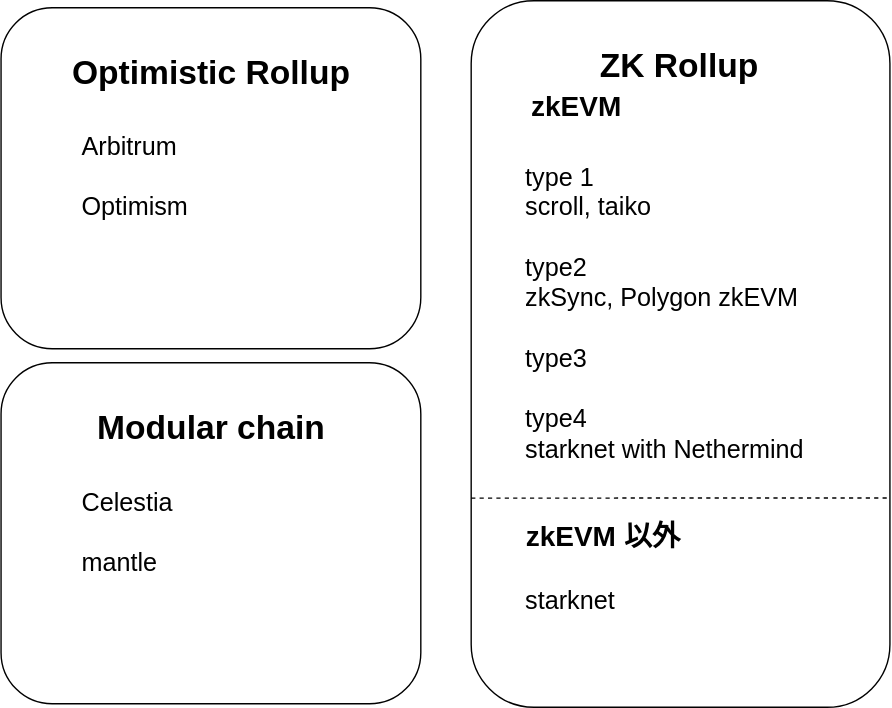
This is 20230327_build_up_for/image/L2map.dio.svg from 0xywzx/event, a draw.io export, as it was before one commit. Source tidied: cells renumbered, new cells last; positions are measured from the earlier drawing's top-left corner, leaving out a move shared by most shapes. The source it was exported from:
```xml
<mxGraphModel>
  <root>
    <mxCell id="0" />
    <mxCell id="1" parent="0" />
    <mxCell id="2" style="group;fontSize=18;" parent="1" vertex="1">
      <mxGeometry y="5" width="300" height="243.8" as="geometry" />
    </mxCell>
    <mxCell id="3" style="group;" parent="2" vertex="1">
      <mxGeometry width="300" height="243.8" as="geometry" />
    </mxCell>
    <mxCell id="4" style="rounded=1;whiteSpace=wrap;html=1;" parent="3" vertex="1">
      <mxGeometry width="300" height="243.8" as="geometry" />
    </mxCell>
    <mxCell id="5" value="&lt;b&gt;&lt;font style=&quot;font-size: 24px;&quot;&gt;Optimistic Rollup&lt;/font&gt;&lt;/b&gt;" style="text;html=1;strokeColor=none;fillColor=none;align=center;verticalAlign=middle;whiteSpace=wrap;rounded=0;" parent="3" vertex="1">
      <mxGeometry x="37.5" y="18.8" width="225" height="56.2" as="geometry" />
    </mxCell>
    <mxCell id="6" value="Arbitrum&lt;br style=&quot;font-size: 18px;&quot;&gt;&lt;br style=&quot;font-size: 18px;&quot;&gt;Optimism" style="text;html=1;strokeColor=none;fillColor=none;align=left;verticalAlign=middle;whiteSpace=wrap;rounded=0;fontSize=18;" parent="3" vertex="1">
      <mxGeometry x="56.2" y="93.8" width="112.5" height="56.2" as="geometry" />
    </mxCell>
    <mxCell id="7" style="group;" parent="1" vertex="1">
      <mxGeometry x="336" width="299.3" height="505" as="geometry" />
    </mxCell>
    <mxCell id="8" style="rounded=1;whiteSpace=wrap;html=1;" parent="7" vertex="1">
      <mxGeometry width="299.3" height="505" as="geometry" />
    </mxCell>
    <mxCell id="9" value="&lt;b&gt;&lt;font style=&quot;font-size: 24px;&quot;&gt;ZK Rollup&lt;/font&gt;&lt;/b&gt;" style="text;html=1;strokeColor=none;fillColor=none;align=center;verticalAlign=middle;whiteSpace=wrap;rounded=0;" parent="7" vertex="1">
      <mxGeometry x="37.4" y="18.7" width="224.5" height="56.1" as="geometry" />
    </mxCell>
    <mxCell id="10" style="endArrow=none;dashed=1;html=1;exitX=0;exitY=0.704;exitDx=0;exitDy=0;exitPerimeter=0;" parent="7" edge="1" source="8">
      <mxGeometry relative="1" as="geometry">
        <mxPoint x="299.3" y="355.4" as="targetPoint" />
      </mxGeometry>
    </mxCell>
    <mxCell id="11" value="&lt;font style=&quot;font-size: 20px;&quot;&gt;zkEVM&lt;/font&gt;" style="text;strokeColor=none;fillColor=none;html=1;fontSize=24;fontStyle=1;verticalAlign=middle;align=center;" parent="7" vertex="1">
      <mxGeometry x="-18.7" y="56.1" width="187" height="37.4" as="geometry" />
    </mxCell>
    <mxCell id="12" value="&lt;font style=&quot;font-size: 20px;&quot;&gt;zkEVM 以外&lt;/font&gt;" style="text;strokeColor=none;fillColor=none;html=1;fontSize=24;fontStyle=1;verticalAlign=middle;align=center;" parent="7" vertex="1">
      <mxGeometry y="363.4" width="187" height="37.4" as="geometry" />
    </mxCell>
    <mxCell id="13" value="&lt;div style=&quot;font-size: 18px;&quot;&gt;&lt;span style=&quot;background-color: initial; font-size: 18px;&quot;&gt;type 1&lt;/span&gt;&lt;/div&gt;&lt;div style=&quot;font-size: 18px;&quot;&gt;&lt;span style=&quot;background-color: initial; font-size: 18px;&quot;&gt;&lt;span style=&quot;font-size: 18px;&quot;&gt;&lt;/span&gt;&lt;span style=&quot;font-size: 18px;&quot;&gt;&lt;/span&gt;scroll, taiko&lt;/span&gt;&lt;/div&gt;&lt;div style=&quot;font-size: 18px;&quot;&gt;&lt;span style=&quot;background-color: initial; font-size: 18px;&quot;&gt;&lt;br style=&quot;font-size: 18px;&quot;&gt;&lt;/span&gt;&lt;/div&gt;&lt;div style=&quot;font-size: 18px;&quot;&gt;&lt;span style=&quot;background-color: initial; font-size: 18px;&quot;&gt;type2&lt;/span&gt;&lt;/div&gt;&lt;div style=&quot;font-size: 18px;&quot;&gt;&lt;span style=&quot;background-color: initial; font-size: 18px;&quot;&gt;zkSync, Polygon zkEVM&lt;br style=&quot;font-size: 18px;&quot;&gt;&lt;/span&gt;&lt;/div&gt;&lt;div style=&quot;font-size: 18px;&quot;&gt;&lt;span style=&quot;background-color: initial; font-size: 18px;&quot;&gt;&lt;br style=&quot;font-size: 18px;&quot;&gt;&lt;/span&gt;&lt;/div&gt;&lt;div style=&quot;font-size: 18px;&quot;&gt;type3&lt;/div&gt;&lt;div style=&quot;font-size: 18px;&quot;&gt;&lt;br style=&quot;font-size: 18px;&quot;&gt;&lt;/div&gt;&lt;div style=&quot;font-size: 18px;&quot;&gt;type4&lt;/div&gt;starknet with Nethermind" style="text;html=1;strokeColor=none;fillColor=none;align=left;verticalAlign=middle;whiteSpace=wrap;rounded=0;fontSize=18;" parent="7" vertex="1">
      <mxGeometry x="37.4" y="168.3" width="224.5" height="112.2" as="geometry" />
    </mxCell>
    <mxCell id="14" value="starknet" style="text;html=1;strokeColor=none;fillColor=none;align=left;verticalAlign=middle;whiteSpace=wrap;rounded=0;fontSize=18;" parent="7" vertex="1">
      <mxGeometry x="37.4" y="400.8" width="112.2" height="56.1" as="geometry" />
    </mxCell>
    <mxCell id="15" style="group;fontSize=18;" parent="1" vertex="1">
      <mxGeometry y="258.8" width="300" height="243.8" as="geometry" />
    </mxCell>
    <mxCell id="16" style="rounded=1;whiteSpace=wrap;html=1;" parent="15" vertex="1">
      <mxGeometry width="300" height="243.8" as="geometry" />
    </mxCell>
    <mxCell id="17" value="&lt;b&gt;&lt;font style=&quot;font-size: 24px;&quot;&gt;Modular chain&lt;/font&gt;&lt;/b&gt;" style="text;html=1;strokeColor=none;fillColor=none;align=center;verticalAlign=middle;whiteSpace=wrap;rounded=0;" parent="15" vertex="1">
      <mxGeometry x="37.5" y="18.8" width="225" height="56.2" as="geometry" />
    </mxCell>
    <mxCell id="18" value="&lt;font style=&quot;font-size: 18px;&quot;&gt;Celestia&lt;br&gt;&lt;br&gt;mantle&lt;/font&gt;" style="text;html=1;strokeColor=none;fillColor=none;align=left;verticalAlign=middle;whiteSpace=wrap;rounded=0;fontSize=10;" parent="15" vertex="1">
      <mxGeometry x="56.2" y="93.8" width="112.5" height="56.2" as="geometry" />
    </mxCell>
  </root>
</mxGraphModel>
```
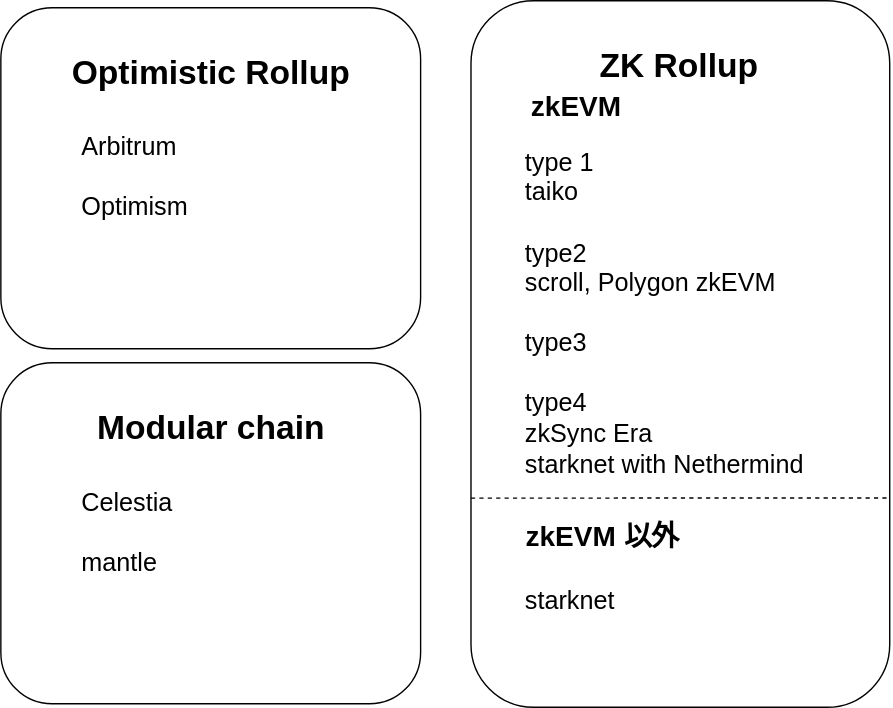
After the commit.

What changed in the source:
```diff
@@ -37,7 +37,7 @@
     <mxCell id="12" value="&lt;font style=&quot;font-size: 20px;&quot;&gt;zkEVM 以外&lt;/font&gt;" style="text;strokeColor=none;fillColor=none;html=1;fontSize=24;fontStyle=1;verticalAlign=middle;align=center;" parent="7" vertex="1">
       <mxGeometry y="363.4" width="187" height="37.4" as="geometry" />
     </mxCell>
-    <mxCell id="13" value="&lt;div style=&quot;font-size: 18px;&quot;&gt;&lt;span style=&quot;background-color: initial; font-size: 18px;&quot;&gt;type 1&lt;/span&gt;&lt;/div&gt;&lt;div style=&quot;font-size: 18px;&quot;&gt;&lt;span style=&quot;background-color: initial; font-size: 18px;&quot;&gt;&lt;span style=&quot;font-size: 18px;&quot;&gt;&lt;/span&gt;&lt;span style=&quot;font-size: 18px;&quot;&gt;&lt;/span&gt;scroll, taiko&lt;/span&gt;&lt;/div&gt;&lt;div style=&quot;font-size: 18px;&quot;&gt;&lt;span style=&quot;background-color: initial; font-size: 18px;&quot;&gt;&lt;br style=&quot;font-size: 18px;&quot;&gt;&lt;/span&gt;&lt;/div&gt;&lt;div style=&quot;font-size: 18px;&quot;&gt;&lt;span style=&quot;background-color: initial; font-size: 18px;&quot;&gt;type2&lt;/span&gt;&lt;/div&gt;&lt;div style=&quot;font-size: 18px;&quot;&gt;&lt;span style=&quot;background-color: initial; font-size: 18px;&quot;&gt;zkSync, Polygon zkEVM&lt;br style=&quot;font-size: 18px;&quot;&gt;&lt;/span&gt;&lt;/div&gt;&lt;div style=&quot;font-size: 18px;&quot;&gt;&lt;span style=&quot;background-color: initial; font-size: 18px;&quot;&gt;&lt;br style=&quot;font-size: 18px;&quot;&gt;&lt;/span&gt;&lt;/div&gt;&lt;div style=&quot;font-size: 18px;&quot;&gt;type3&lt;/div&gt;&lt;div style=&quot;font-size: 18px;&quot;&gt;&lt;br style=&quot;font-size: 18px;&quot;&gt;&lt;/div&gt;&lt;div style=&quot;font-size: 18px;&quot;&gt;type4&lt;/div&gt;starknet with Nethermind" style="text;html=1;strokeColor=none;fillColor=none;align=left;verticalAlign=middle;whiteSpace=wrap;rounded=0;fontSize=18;" parent="7" vertex="1">
+    <mxCell id="13" value="&lt;div style=&quot;font-size: 18px;&quot;&gt;&lt;span style=&quot;background-color: initial; font-size: 18px;&quot;&gt;type 1&lt;/span&gt;&lt;/div&gt;&lt;div style=&quot;font-size: 18px;&quot;&gt;&lt;span style=&quot;background-color: initial; font-size: 18px;&quot;&gt;taiko&lt;/span&gt;&lt;/div&gt;&lt;div style=&quot;font-size: 18px;&quot;&gt;&lt;span style=&quot;background-color: initial; font-size: 18px;&quot;&gt;&lt;br style=&quot;font-size: 18px;&quot;&gt;&lt;/span&gt;&lt;/div&gt;&lt;div style=&quot;font-size: 18px;&quot;&gt;&lt;span style=&quot;background-color: initial; font-size: 18px;&quot;&gt;type2&lt;/span&gt;&lt;/div&gt;scroll,&amp;nbsp;&lt;span style=&quot;background-color: initial;&quot;&gt;Polygon zkEVM&lt;/span&gt;&lt;br&gt;&lt;div style=&quot;font-size: 18px;&quot;&gt;&lt;span style=&quot;background-color: initial; font-size: 18px;&quot;&gt;&lt;br style=&quot;font-size: 18px;&quot;&gt;&lt;/span&gt;&lt;/div&gt;&lt;div style=&quot;font-size: 18px;&quot;&gt;type3&lt;/div&gt;&lt;div style=&quot;font-size: 18px;&quot;&gt;&lt;br style=&quot;font-size: 18px;&quot;&gt;&lt;/div&gt;&lt;div style=&quot;font-size: 18px;&quot;&gt;type4&lt;/div&gt;zkSync Era&lt;br&gt;starknet with Nethermind" style="text;html=1;strokeColor=none;fillColor=none;align=left;verticalAlign=middle;whiteSpace=wrap;rounded=0;fontSize=18;" parent="7" vertex="1">
       <mxGeometry x="37.4" y="168.3" width="224.5" height="112.2" as="geometry" />
     </mxCell>
     <mxCell id="14" value="starknet" style="text;html=1;strokeColor=none;fillColor=none;align=left;verticalAlign=middle;whiteSpace=wrap;rounded=0;fontSize=18;" parent="7" vertex="1">
```
